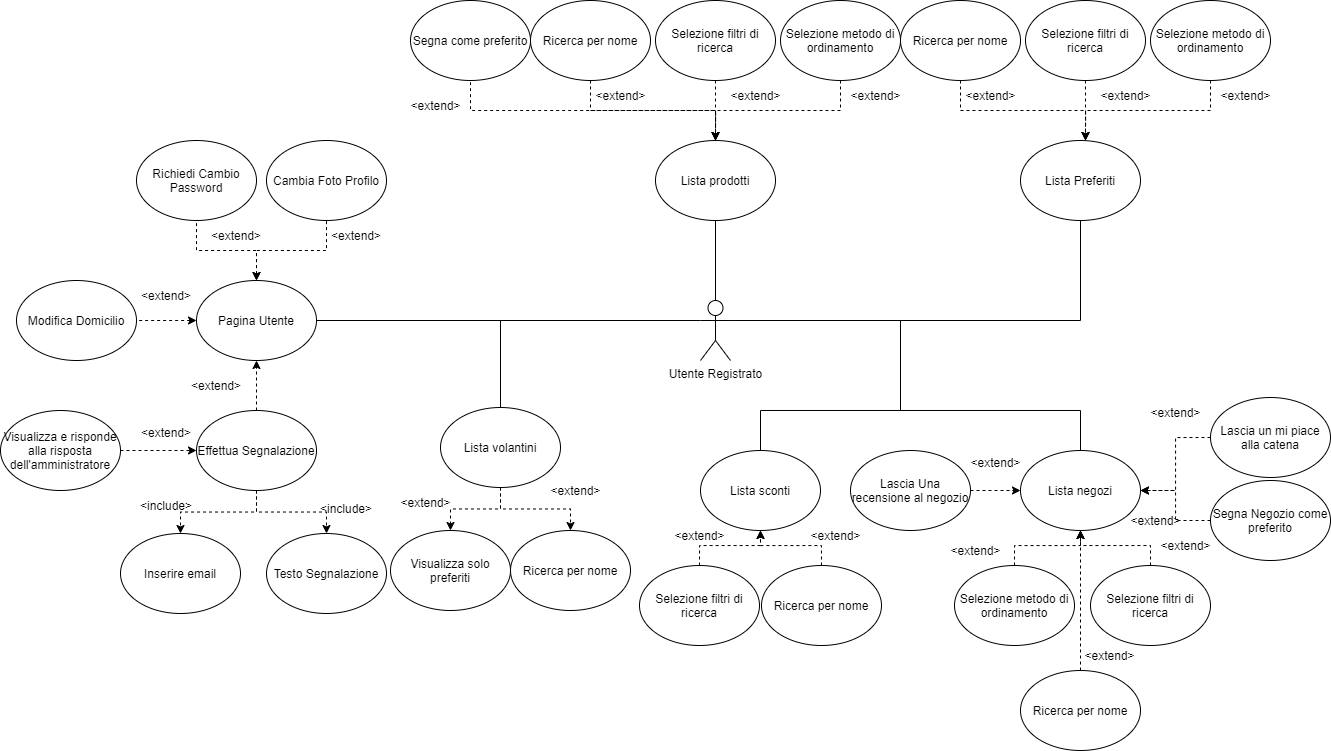
The draw.io diagram UML/UCD_utente_registrato.png in G15-UniTN/iSpesa, before a commit. Source tidied: cells renumbered, new cells last; positions are measured from the earlier drawing's top-left corner, leaving out a move shared by most shapes.
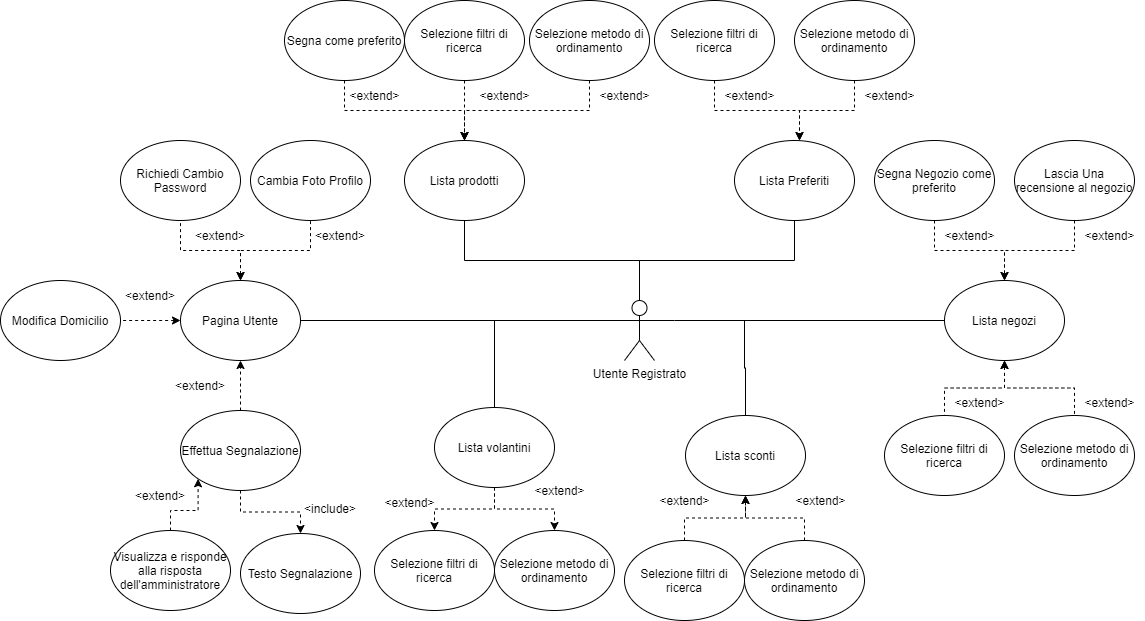
After the change.

Diff of the diagram source:
```diff
@@ -7,3 +7,3 @@
     </mxCell>
-    <mxCell id="3" style="edgeStyle=orthogonalEdgeStyle;rounded=0;jettySize=auto;html=1;exitX=1;exitY=0.3333333333333333;exitDx=0;exitDy=0;exitPerimeter=0;endArrow=none;endFill=0;" parent="1" edge="1" source="4" target="64">
+    <mxCell id="3" style="edgeStyle=orthogonalEdgeStyle;rounded=0;jettySize=auto;html=1;exitX=0.5;exitY=0;exitDx=0;exitDy=0;exitPerimeter=0;endArrow=none;endFill=0;" parent="1" edge="1" source="4" target="64">
       <mxGeometry relative="1" as="geometry" />
@@ -11,40 +11,28 @@
     <mxCell id="4" value="Utente Registrato" style="shape=umlActor;verticalLabelPosition=bottom;verticalAlign=top;html=1;outlineConnect=0;" parent="1" vertex="1">
-      <mxGeometry x="700" y="300" width="30" height="60" as="geometry" />
+      <mxGeometry x="640" y="300" width="30" height="60" as="geometry" />
     </mxCell>
-    <mxCell id="5" style="edgeStyle=orthogonalEdgeStyle;rounded=0;jettySize=auto;html=1;dashed=1;startArrow=classic;startFill=1;endArrow=none;endFill=0;" parent="1" edge="1" target="57">
-      <mxGeometry relative="1" as="geometry">
-        <mxPoint x="715" y="140" as="sourcePoint" />
-        <Array as="points">
-          <mxPoint x="715" y="110" />
-          <mxPoint x="470" y="110" />
-        </Array>
-      </mxGeometry>
-    </mxCell>
     <mxCell id="6" value="Lista prodotti" style="ellipse;whiteSpace=wrap;html=1;" parent="1" vertex="1">
-      <mxGeometry x="655" y="140" width="120" height="80" as="geometry" />
+      <mxGeometry x="420" y="140" width="120" height="80" as="geometry" />
     </mxCell>
-    <mxCell id="7" style="edgeStyle=orthogonalEdgeStyle;rounded=0;jettySize=auto;html=1;exitX=0.5;exitY=0;exitDx=0;exitDy=0;endArrow=none;endFill=0;" parent="1" edge="1" source="8">
-      <mxGeometry relative="1" as="geometry">
-        <mxPoint x="730" y="320" as="targetPoint" />
-        <Array as="points">
-          <mxPoint x="760" y="410" />
-          <mxPoint x="900" y="410" />
-          <mxPoint x="900" y="320" />
-        </Array>
-      </mxGeometry>
-    </mxCell>
+    <mxCell id="87" style="edgeStyle=orthogonalEdgeStyle;rounded=0;jettySize=auto;html=1;exitX=0.5;exitY=0;exitDx=0;exitDy=0;endArrow=none;endFill=0;" parent="1" edge="1" source="8">
+      <mxGeometry relative="1" as="geometry">
+        <mxPoint x="760" y="320" as="targetPoint" />
+      </mxGeometry>
+    </mxCell>
     <mxCell id="8" value="Lista sconti" style="ellipse;whiteSpace=wrap;html=1;" parent="1" vertex="1">
-      <mxGeometry x="700" y="450" width="120" height="80" as="geometry" />
+      <mxGeometry x="701" y="415" width="120" height="80" as="geometry" />
     </mxCell>
-    <mxCell id="9" style="edgeStyle=orthogonalEdgeStyle;rounded=0;jettySize=auto;html=1;exitX=0.5;exitY=0;exitDx=0;exitDy=0;entryX=1;entryY=0.3333333333333333;entryDx=0;entryDy=0;entryPerimeter=0;endArrow=none;endFill=0;" parent="1" edge="1" source="10" target="4">
-      <mxGeometry relative="1" as="geometry">
-        <Array as="points">
-          <mxPoint x="1080" y="410" />
-          <mxPoint x="900" y="410" />
-          <mxPoint x="900" y="320" />
-        </Array>
-      </mxGeometry>
-    </mxCell>
+    <mxCell id="88" style="edgeStyle=orthogonalEdgeStyle;rounded=0;jettySize=auto;html=1;exitX=0;exitY=0.5;exitDx=0;exitDy=0;endArrow=none;endFill=0;" parent="1" edge="1" source="10">
+      <mxGeometry relative="1" as="geometry">
+        <mxPoint x="690" y="320" as="targetPoint" />
+      </mxGeometry>
+    </mxCell>
+    <mxCell id="89" style="edgeStyle=orthogonalEdgeStyle;rounded=0;jettySize=auto;html=1;exitX=0.5;exitY=1;exitDx=0;exitDy=0;endArrow=none;endFill=0;dashed=1;startArrow=classic;startFill=1;" parent="1" edge="1" source="10" target="40">
+      <mxGeometry relative="1" as="geometry" />
+    </mxCell>
+    <mxCell id="90" style="edgeStyle=orthogonalEdgeStyle;rounded=0;jettySize=auto;html=1;exitX=0.5;exitY=1;exitDx=0;exitDy=0;endArrow=none;endFill=0;dashed=1;startArrow=classic;startFill=1;" parent="1" edge="1" source="10" target="42">
+      <mxGeometry relative="1" as="geometry" />
+    </mxCell>
     <mxCell id="10" value="Lista negozi" style="ellipse;whiteSpace=wrap;html=1;" parent="1" vertex="1">
-      <mxGeometry x="1020" y="450" width="120" height="80" as="geometry" />
+      <mxGeometry x="960" y="280" width="120" height="80" as="geometry" />
     </mxCell>
@@ -82,5 +70,2 @@
     </mxCell>
-    <mxCell id="21" style="edgeStyle=orthogonalEdgeStyle;rounded=0;jettySize=auto;html=1;exitX=0.5;exitY=1;exitDx=0;exitDy=0;dashed=1;" parent="1" edge="1" source="22" target="80">
-      <mxGeometry relative="1" as="geometry" />
-    </mxCell>
     <mxCell id="22" value="Effettua Segnalazione" style="ellipse;whiteSpace=wrap;html=1;" parent="1" vertex="1">
@@ -108,8 +93,2 @@
     </mxCell>
-    <mxCell id="28" style="edgeStyle=orthogonalEdgeStyle;rounded=0;jettySize=auto;html=1;exitX=0.5;exitY=1;exitDx=0;exitDy=0;dashed=1;" parent="1" edge="1" source="29" target="6">
-      <mxGeometry relative="1" as="geometry" />
-    </mxCell>
-    <mxCell id="29" value="Ricerca per nome" style="ellipse;whiteSpace=wrap;html=1;" parent="1" vertex="1">
-      <mxGeometry x="530" width="120" height="80" as="geometry" />
-    </mxCell>
     <mxCell id="30" style="edgeStyle=orthogonalEdgeStyle;rounded=0;jettySize=auto;html=1;exitX=0.5;exitY=1;exitDx=0;exitDy=0;dashed=1;" parent="1" edge="1" source="31" target="6">
@@ -118,3 +97,3 @@
     <mxCell id="31" value="Selezione filtri di ricerca" style="ellipse;whiteSpace=wrap;html=1;" parent="1" vertex="1">
-      <mxGeometry x="655" width="120" height="80" as="geometry" />
+      <mxGeometry x="420" width="120" height="80" as="geometry" />
     </mxCell>
@@ -124,13 +103,10 @@
     <mxCell id="33" value="Selezione metodo di ordinamento" style="ellipse;whiteSpace=wrap;html=1;" parent="1" vertex="1">
-      <mxGeometry x="780" width="120" height="80" as="geometry" />
+      <mxGeometry x="545" width="120" height="80" as="geometry" />
     </mxCell>
     <mxCell id="34" value="&amp;lt;extend&amp;gt;" style="text;html=1;align=center;verticalAlign=middle;strokeColor=none;fillColor=none;" parent="1" vertex="1">
-      <mxGeometry x="840" y="80" width="70" height="30" as="geometry" />
+      <mxGeometry x="605" y="80" width="70" height="30" as="geometry" />
     </mxCell>
     <mxCell id="35" value="&amp;lt;extend&amp;gt;" style="text;html=1;align=center;verticalAlign=middle;strokeColor=none;fillColor=none;" parent="1" vertex="1">
-      <mxGeometry x="720" y="80" width="70" height="30" as="geometry" />
+      <mxGeometry x="485" y="80" width="70" height="30" as="geometry" />
     </mxCell>
-    <mxCell id="36" value="&amp;lt;extend&amp;gt;" style="text;html=1;align=center;verticalAlign=middle;strokeColor=none;fillColor=none;" parent="1" vertex="1">
-      <mxGeometry x="585" y="80" width="70" height="30" as="geometry" />
-    </mxCell>
     <mxCell id="37" style="edgeStyle=orthogonalEdgeStyle;rounded=0;jettySize=auto;html=1;exitX=0.5;exitY=0;exitDx=0;exitDy=0;entryX=0.5;entryY=1;entryDx=0;entryDy=0;dashed=1;" parent="1" edge="1" source="38" target="8">
@@ -138,35 +114,16 @@
     </mxCell>
-    <mxCell id="38" value="Ricerca per nome" style="ellipse;whiteSpace=wrap;html=1;" parent="1" vertex="1">
-      <mxGeometry x="761" y="565" width="120" height="80" as="geometry" />
+    <mxCell id="38" value="Selezione metodo di ordinamento" style="ellipse;whiteSpace=wrap;html=1;" parent="1" vertex="1">
+      <mxGeometry x="760" y="540" width="120" height="80" as="geometry" />
     </mxCell>
-    <mxCell id="39" style="edgeStyle=orthogonalEdgeStyle;rounded=0;jettySize=auto;html=1;exitX=0.5;exitY=0;exitDx=0;exitDy=0;dashed=1;" parent="1" edge="1" source="40">
-      <mxGeometry relative="1" as="geometry">
-        <mxPoint x="1080" y="530" as="targetPoint" />
-      </mxGeometry>
-    </mxCell>
     <mxCell id="40" value="Selezione metodo di ordinamento" style="ellipse;whiteSpace=wrap;html=1;" parent="1" vertex="1">
-      <mxGeometry x="954" y="565" width="120" height="80" as="geometry" />
+      <mxGeometry x="1030" y="415" width="120" height="80" as="geometry" />
     </mxCell>
-    <mxCell id="41" style="edgeStyle=orthogonalEdgeStyle;rounded=0;jettySize=auto;html=1;exitX=0.5;exitY=0;exitDx=0;exitDy=0;entryX=0.5;entryY=1;entryDx=0;entryDy=0;dashed=1;" parent="1" edge="1" source="42" target="10">
-      <mxGeometry relative="1" as="geometry" />
-    </mxCell>
     <mxCell id="42" value="Selezione filtri di ricerca" style="ellipse;whiteSpace=wrap;html=1;" parent="1" vertex="1">
-      <mxGeometry x="1090" y="565" width="120" height="80" as="geometry" />
+      <mxGeometry x="900" y="415" width="120" height="80" as="geometry" />
     </mxCell>
-    <mxCell id="43" style="edgeStyle=orthogonalEdgeStyle;rounded=0;jettySize=auto;html=1;exitX=0.5;exitY=0;exitDx=0;exitDy=0;dashed=1;" parent="1" edge="1" source="44">
-      <mxGeometry relative="1" as="geometry">
-        <mxPoint x="1080" y="530" as="targetPoint" />
-      </mxGeometry>
-    </mxCell>
-    <mxCell id="44" value="Ricerca per nome" style="ellipse;whiteSpace=wrap;html=1;" parent="1" vertex="1">
-      <mxGeometry x="1020" y="670" width="120" height="80" as="geometry" />
-    </mxCell>
-    <mxCell id="45" value="&amp;lt;extend&amp;gt;" style="text;html=1;align=center;verticalAlign=middle;strokeColor=none;fillColor=none;" parent="1" vertex="1">
-      <mxGeometry x="1074" y="640" width="70" height="30" as="geometry" />
-    </mxCell>
     <mxCell id="46" value="&amp;lt;extend&amp;gt;" style="text;html=1;align=center;verticalAlign=middle;strokeColor=none;fillColor=none;" parent="1" vertex="1">
-      <mxGeometry x="1150" y="530" width="70" height="30" as="geometry" />
+      <mxGeometry x="950" y="220" width="70" height="30" as="geometry" />
     </mxCell>
     <mxCell id="47" value="&amp;lt;extend&amp;gt;" style="text;html=1;align=center;verticalAlign=middle;strokeColor=none;fillColor=none;" parent="1" vertex="1">
-      <mxGeometry x="940" y="535" width="70" height="30" as="geometry" />
+      <mxGeometry x="960" y="387" width="70" height="30" as="geometry" />
     </mxCell>
@@ -174,3 +131,3 @@
       <mxGeometry relative="1" as="geometry">
-        <mxPoint x="760" y="530" as="targetPoint" />
+        <mxPoint x="761" y="495" as="targetPoint" />
       </mxGeometry>
@@ -178,9 +135,9 @@
     <mxCell id="49" value="Selezione filtri di ricerca" style="ellipse;whiteSpace=wrap;html=1;" parent="1" vertex="1">
-      <mxGeometry x="639" y="565" width="120" height="80" as="geometry" />
+      <mxGeometry x="640" y="540" width="120" height="80" as="geometry" />
     </mxCell>
     <mxCell id="50" value="&amp;lt;extend&amp;gt;" style="text;html=1;align=center;verticalAlign=middle;strokeColor=none;fillColor=none;" parent="1" vertex="1">
-      <mxGeometry x="800" y="520" width="70" height="30" as="geometry" />
+      <mxGeometry x="801" y="485" width="70" height="30" as="geometry" />
     </mxCell>
     <mxCell id="51" value="&amp;lt;extend&amp;gt;" style="text;html=1;align=center;verticalAlign=middle;strokeColor=none;fillColor=none;" parent="1" vertex="1">
-      <mxGeometry x="664" y="520" width="70" height="30" as="geometry" />
+      <mxGeometry x="665" y="485" width="70" height="30" as="geometry" />
     </mxCell>
@@ -193,5 +150,5 @@
     <mxCell id="54" value="Lista volantini" style="ellipse;whiteSpace=wrap;html=1;" parent="1" vertex="1">
-      <mxGeometry x="440" y="407" width="120" height="80" as="geometry" />
+      <mxGeometry x="450" y="407" width="120" height="80" as="geometry" />
     </mxCell>
-    <mxCell id="55" value="Ricerca per nome" style="ellipse;whiteSpace=wrap;html=1;" parent="1" vertex="1">
+    <mxCell id="55" value="Selezione metodo di ordinamento" style="ellipse;whiteSpace=wrap;html=1;" parent="1" vertex="1">
       <mxGeometry x="510" y="530" width="120" height="80" as="geometry" />
@@ -201,9 +158,12 @@
     </mxCell>
+    <mxCell id="91" style="edgeStyle=orthogonalEdgeStyle;rounded=0;jettySize=auto;html=1;exitX=0.5;exitY=1;exitDx=0;exitDy=0;dashed=1;" parent="1" edge="1" source="57" target="6">
+      <mxGeometry relative="1" as="geometry" />
+    </mxCell>
     <mxCell id="57" value="Segna come preferito" style="ellipse;whiteSpace=wrap;html=1;" parent="1" vertex="1">
-      <mxGeometry x="410" width="120" height="80" as="geometry" />
+      <mxGeometry x="300" width="120" height="80" as="geometry" />
     </mxCell>
     <mxCell id="58" value="&amp;lt;extend&amp;gt;" style="text;html=1;align=center;verticalAlign=middle;strokeColor=none;fillColor=none;" parent="1" vertex="1">
-      <mxGeometry x="400" y="90" width="70" height="30" as="geometry" />
+      <mxGeometry x="355" y="80" width="70" height="30" as="geometry" />
     </mxCell>
-    <mxCell id="59" style="edgeStyle=orthogonalEdgeStyle;rounded=0;jettySize=auto;html=1;exitX=0;exitY=0.5;exitDx=0;exitDy=0;dashed=1;" parent="1" edge="1" source="60" target="10">
+    <mxCell id="59" style="edgeStyle=orthogonalEdgeStyle;rounded=0;jettySize=auto;html=1;exitX=0.5;exitY=1;exitDx=0;exitDy=0;endArrow=classic;endFill=1;dashed=1;startArrow=none;startFill=0;" parent="1" edge="1" source="60" target="10">
       <mxGeometry relative="1" as="geometry" />
@@ -211,8 +171,8 @@
     <mxCell id="60" value="Segna Negozio come preferito" style="ellipse;whiteSpace=wrap;html=1;" parent="1" vertex="1">
-      <mxGeometry x="1210" y="480" width="120" height="80" as="geometry" />
+      <mxGeometry x="890" y="140" width="120" height="80" as="geometry" />
     </mxCell>
     <mxCell id="61" value="&amp;lt;extend&amp;gt;" style="text;html=1;align=center;verticalAlign=middle;strokeColor=none;fillColor=none;" parent="1" vertex="1">
-      <mxGeometry x="1120" y="505" width="70" height="30" as="geometry" />
+      <mxGeometry x="1090" y="387" width="70" height="30" as="geometry" />
     </mxCell>
-    <mxCell id="62" value="Visualizza solo preferiti" style="ellipse;whiteSpace=wrap;html=1;" parent="1" vertex="1">
+    <mxCell id="62" value="Selezione filtri di ricerca" style="ellipse;whiteSpace=wrap;html=1;" parent="1" vertex="1">
       <mxGeometry x="390" y="530" width="120" height="80" as="geometry" />
@@ -223,5 +183,5 @@
     <mxCell id="64" value="Lista Preferiti" style="ellipse;whiteSpace=wrap;html=1;" parent="1" vertex="1">
-      <mxGeometry x="1020" y="140" width="120" height="80" as="geometry" />
+      <mxGeometry x="750" y="140" width="120" height="80" as="geometry" />
     </mxCell>
-    <mxCell id="65" style="edgeStyle=orthogonalEdgeStyle;rounded=0;jettySize=auto;html=1;exitX=1;exitY=0.5;exitDx=0;exitDy=0;entryX=0;entryY=0.5;entryDx=0;entryDy=0;dashed=1;" parent="1" edge="1" source="66" target="10">
+    <mxCell id="65" style="edgeStyle=orthogonalEdgeStyle;rounded=0;jettySize=auto;html=1;exitX=0.5;exitY=1;exitDx=0;exitDy=0;endArrow=classic;endFill=1;dashed=1;startArrow=none;startFill=0;" parent="1" edge="1" source="66" target="10">
       <mxGeometry relative="1" as="geometry" />
@@ -229,24 +189,10 @@
     <mxCell id="66" value="Lascia Una recensione al negozio" style="ellipse;whiteSpace=wrap;html=1;" parent="1" vertex="1">
-      <mxGeometry x="850" y="450" width="120" height="80" as="geometry" />
+      <mxGeometry x="1030" y="140" width="120" height="80" as="geometry" />
     </mxCell>
     <mxCell id="67" value="&amp;lt;extend&amp;gt;" style="text;html=1;align=center;verticalAlign=middle;strokeColor=none;fillColor=none;" parent="1" vertex="1">
-      <mxGeometry x="960" y="447" width="70" height="30" as="geometry" />
+      <mxGeometry x="1090" y="220" width="70" height="30" as="geometry" />
     </mxCell>
-    <mxCell id="68" style="edgeStyle=orthogonalEdgeStyle;rounded=0;jettySize=auto;html=1;exitX=0;exitY=0.5;exitDx=0;exitDy=0;dashed=1;" parent="1" edge="1" source="69" target="10">
-      <mxGeometry relative="1" as="geometry" />
-    </mxCell>
-    <mxCell id="69" value="Lascia un mi piace alla catena" style="ellipse;whiteSpace=wrap;html=1;" parent="1" vertex="1">
-      <mxGeometry x="1210" y="397" width="120" height="80" as="geometry" />
-    </mxCell>
-    <mxCell id="70" style="edgeStyle=orthogonalEdgeStyle;rounded=0;jettySize=auto;html=1;exitX=0.5;exitY=1;exitDx=0;exitDy=0;dashed=1;" parent="1" edge="1" source="71">
-      <mxGeometry relative="1" as="geometry">
-        <mxPoint x="1085" y="140" as="targetPoint" />
-      </mxGeometry>
-    </mxCell>
-    <mxCell id="71" value="Ricerca per nome" style="ellipse;whiteSpace=wrap;html=1;" parent="1" vertex="1">
-      <mxGeometry x="900" width="120" height="80" as="geometry" />
-    </mxCell>
     <mxCell id="72" style="edgeStyle=orthogonalEdgeStyle;rounded=0;jettySize=auto;html=1;exitX=0.5;exitY=1;exitDx=0;exitDy=0;dashed=1;" parent="1" edge="1" source="73">
       <mxGeometry relative="1" as="geometry">
-        <mxPoint x="1085" y="140" as="targetPoint" />
+        <mxPoint x="815" y="140" as="targetPoint" />
       </mxGeometry>
@@ -254,3 +200,3 @@
     <mxCell id="73" value="Selezione filtri di ricerca" style="ellipse;whiteSpace=wrap;html=1;" parent="1" vertex="1">
-      <mxGeometry x="1025" width="120" height="80" as="geometry" />
+      <mxGeometry x="670" width="120" height="80" as="geometry" />
     </mxCell>
@@ -258,3 +204,3 @@
       <mxGeometry relative="1" as="geometry">
-        <mxPoint x="1085" y="140" as="targetPoint" />
+        <mxPoint x="815" y="140" as="targetPoint" />
       </mxGeometry>
@@ -262,25 +208,13 @@
     <mxCell id="75" value="Selezione metodo di ordinamento" style="ellipse;whiteSpace=wrap;html=1;" parent="1" vertex="1">
-      <mxGeometry x="1150" width="120" height="80" as="geometry" />
+      <mxGeometry x="810" width="120" height="80" as="geometry" />
     </mxCell>
     <mxCell id="76" value="&amp;lt;extend&amp;gt;" style="text;html=1;align=center;verticalAlign=middle;strokeColor=none;fillColor=none;" parent="1" vertex="1">
-      <mxGeometry x="1210" y="80" width="70" height="30" as="geometry" />
+      <mxGeometry x="870" y="80" width="70" height="30" as="geometry" />
     </mxCell>
     <mxCell id="77" value="&amp;lt;extend&amp;gt;" style="text;html=1;align=center;verticalAlign=middle;strokeColor=none;fillColor=none;" parent="1" vertex="1">
-      <mxGeometry x="1090" y="80" width="70" height="30" as="geometry" />
+      <mxGeometry x="730" y="80" width="70" height="30" as="geometry" />
     </mxCell>
-    <mxCell id="78" value="&amp;lt;extend&amp;gt;" style="text;html=1;align=center;verticalAlign=middle;strokeColor=none;fillColor=none;" parent="1" vertex="1">
-      <mxGeometry x="955" y="80" width="70" height="30" as="geometry" />
-    </mxCell>
-    <mxCell id="79" value="&amp;lt;extend&amp;gt;" style="text;html=1;align=center;verticalAlign=middle;strokeColor=none;fillColor=none;" parent="1" vertex="1">
-      <mxGeometry x="1140" y="397" width="70" height="30" as="geometry" />
-    </mxCell>
-    <mxCell id="80" value="Inserire email" style="ellipse;whiteSpace=wrap;html=1;" parent="1" vertex="1">
-      <mxGeometry x="120" y="533" width="120" height="80" as="geometry" />
-    </mxCell>
     <mxCell id="81" value="Testo Segnalazione" style="ellipse;whiteSpace=wrap;html=1;" parent="1" vertex="1">
-      <mxGeometry x="266" y="533" width="120" height="80" as="geometry" />
+      <mxGeometry x="256" y="533" width="120" height="80" as="geometry" />
     </mxCell>
-    <mxCell id="82" value="&amp;lt;include&amp;gt;" style="text;html=1;strokeColor=none;fillColor=none;align=center;verticalAlign=middle;whiteSpace=wrap;rounded=0;" parent="1" vertex="1">
-      <mxGeometry x="136" y="490" width="60" height="30" as="geometry" />
-    </mxCell>
     <mxCell id="83" value="&amp;lt;include&amp;gt;" style="text;html=1;strokeColor=none;fillColor=none;align=center;verticalAlign=middle;whiteSpace=wrap;rounded=0;" parent="1" vertex="1">
@@ -288,3 +222,3 @@
     </mxCell>
-    <mxCell id="84" style="edgeStyle=orthogonalEdgeStyle;rounded=0;jettySize=auto;html=1;exitX=1;exitY=0.5;exitDx=0;exitDy=0;dashed=1;" parent="1" edge="1" source="85" target="22">
+    <mxCell id="84" style="edgeStyle=orthogonalEdgeStyle;rounded=0;jettySize=auto;html=1;exitX=0.5;exitY=0;exitDx=0;exitDy=0;entryX=0;entryY=1;entryDx=0;entryDy=0;dashed=1;startArrow=none;startFill=0;endArrow=classic;endFill=1;" parent="1" edge="1" source="85" target="22">
       <mxGeometry relative="1" as="geometry" />
@@ -292,6 +226,6 @@
     <mxCell id="85" value="Visualizza e risponde alla risposta dell'amministratore" style="ellipse;whiteSpace=wrap;html=1;" parent="1" vertex="1">
-      <mxGeometry y="410" width="120" height="80" as="geometry" />
+      <mxGeometry x="126" y="530" width="120" height="80" as="geometry" />
     </mxCell>
     <mxCell id="86" value="&amp;lt;extend&amp;gt;" style="text;html=1;strokeColor=none;fillColor=none;align=center;verticalAlign=middle;whiteSpace=wrap;rounded=0;" parent="1" vertex="1">
-      <mxGeometry x="136" y="417" width="60" height="30" as="geometry" />
+      <mxGeometry x="146" y="480" width="60" height="30" as="geometry" />
     </mxCell>
```
